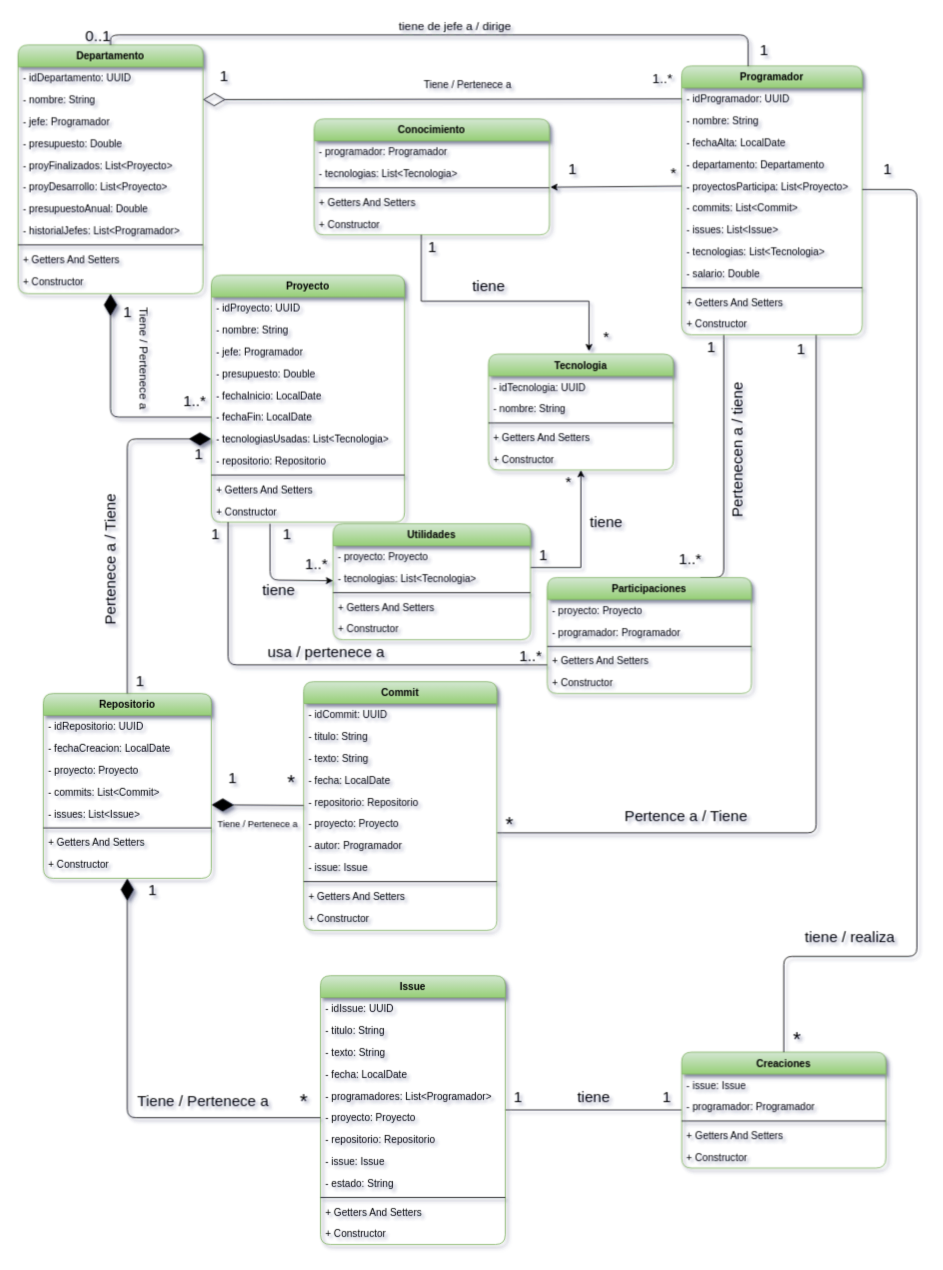
Above: diagram/DiagramaClases.drawio in DyLaNHurtado/AD-Practica03-AccessDataSL (draw.io), before the change. Source tidied: cells renumbered, new cells numbered last; positions are measured from the earlier drawing's top-left corner, leaving out a move shared by most shapes. Both pictures are drawn from the tidied source at 84%, with x=0, y=0 at pixel (18, 18).
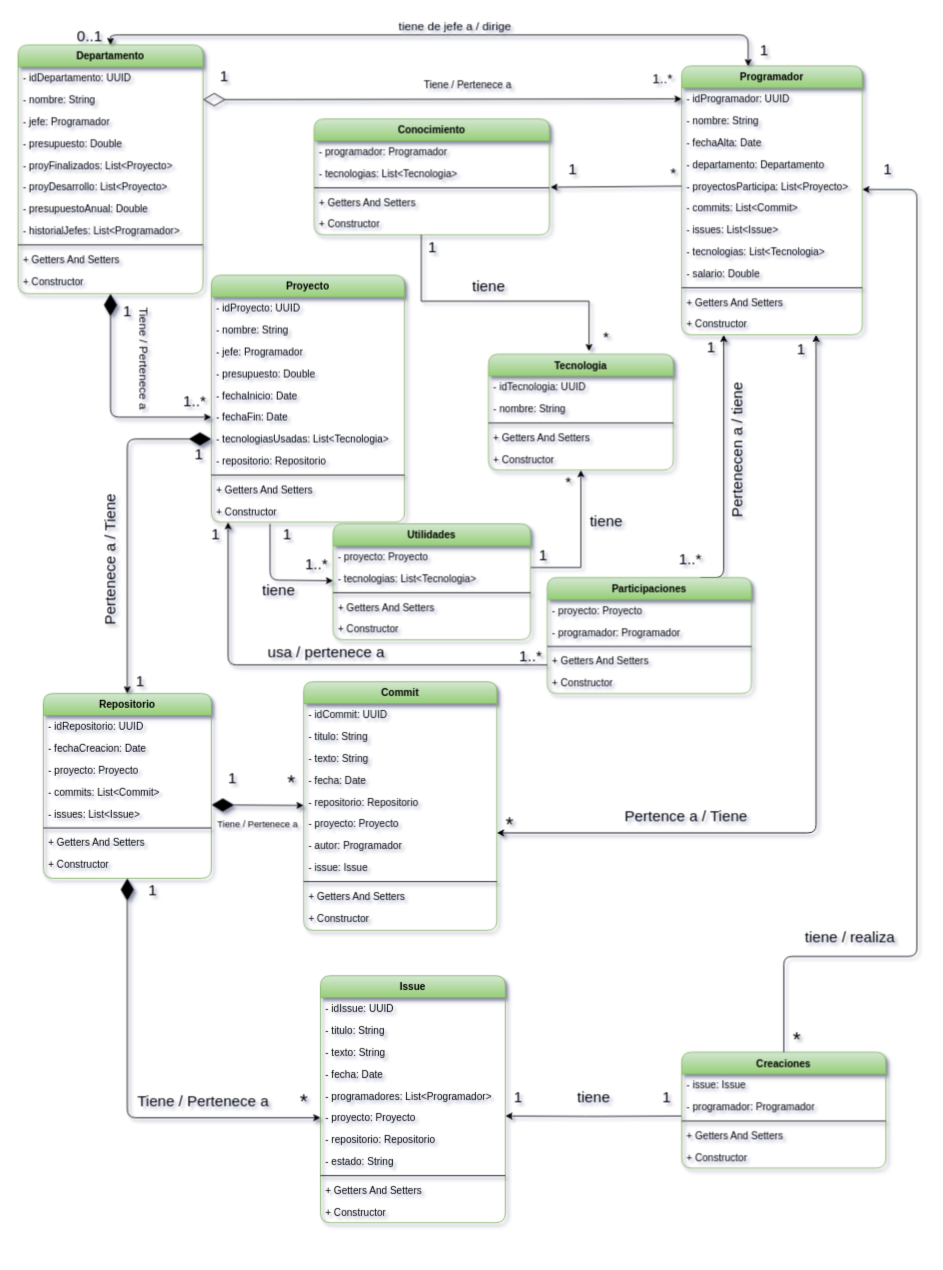
Above is the later version.

Unchanged cells that the change refers to:
```xml
<mxCell id="2" value="Departamento" style="swimlane;fontStyle=1;align=center;verticalAlign=top;horizontal=1;startSize=26;fillColor=#d5e8d4;strokeColor=#82b366;gradientColor=#97d077;rounded=1;shadow=1;" parent="1" vertex="1">
  <mxGeometry y="32" width="220" height="296" as="geometry" />
</mxCell>
<mxCell id="4" value="- nombre: String" style="text;strokeColor=none;fillColor=none;align=left;verticalAlign=top;spacingLeft=4;spacingRight=4;overflow=hidden;points=[[0,0.5],[1,0.5]];portConstraint=eastwest;rounded=1;shadow=1;" parent="2" vertex="1">
  <mxGeometry y="52" width="220" height="26" as="geometry" />
</mxCell>
<mxCell id="14" value="Proyecto" style="swimlane;fontStyle=1;align=center;verticalAlign=top;horizontal=1;startSize=26;fillColor=#d5e8d4;strokeColor=#82b366;gradientColor=#97d077;rounded=1;shadow=1;" parent="1" vertex="1">
  <mxGeometry x="230" y="306" width="230" height="294" as="geometry" />
</mxCell>
<mxCell id="21" value="- tecnologiasUsadas: List&lt;Tecnologia&gt;" style="text;strokeColor=none;fillColor=none;align=left;verticalAlign=top;spacingLeft=4;spacingRight=4;overflow=hidden;points=[[0,0.5],[1,0.5]];portConstraint=eastwest;rounded=1;shadow=1;" parent="14" vertex="1">
  <mxGeometry y="182" width="230" height="26" as="geometry" />
</mxCell>
<mxCell id="28" value="Programador" style="swimlane;fontStyle=1;align=center;verticalAlign=top;horizontal=1;startSize=26;fillColor=#d5e8d4;strokeColor=#82b366;gradientColor=#97d077;rounded=1;shadow=1;" parent="1" vertex="1">
  <mxGeometry x="790" y="57" width="215" height="320" as="geometry" />
</mxCell>
<mxCell id="29" value="- idProgramador: UUID" style="text;strokeColor=none;fillColor=none;align=left;verticalAlign=top;spacingLeft=4;spacingRight=4;overflow=hidden;points=[[0,0.5],[1,0.5]];portConstraint=eastwest;rounded=1;shadow=1;" parent="28" vertex="1">
  <mxGeometry y="26" width="215" height="26" as="geometry" />
</mxCell>
<mxCell id="41" value="Repositorio" style="swimlane;fontStyle=1;align=center;verticalAlign=top;horizontal=1;startSize=26;fillColor=#d5e8d4;strokeColor=#82b366;gradientColor=#97d077;rounded=1;shadow=1;" parent="1" vertex="1">
  <mxGeometry x="30" y="804" width="200" height="220" as="geometry" />
</mxCell>
<mxCell id="45" value="- commits: List&lt;Commit&gt;" style="text;strokeColor=none;fillColor=none;align=left;verticalAlign=top;spacingLeft=4;spacingRight=4;overflow=hidden;points=[[0,0.5],[1,0.5]];portConstraint=eastwest;rounded=1;shadow=1;" parent="41" vertex="1">
  <mxGeometry y="104" width="200" height="26" as="geometry" />
</mxCell>
<mxCell id="50" value="Commit" style="swimlane;fontStyle=1;align=center;verticalAlign=top;horizontal=1;startSize=26;fillColor=#d5e8d4;strokeColor=#82b366;gradientColor=#97d077;rounded=1;shadow=1;" parent="1" vertex="1">
  <mxGeometry x="340" y="790" width="230" height="296" as="geometry" />
</mxCell>
<mxCell id="69" value="- proyecto: Proyecto" style="text;strokeColor=none;fillColor=none;align=left;verticalAlign=top;spacingLeft=4;spacingRight=4;overflow=hidden;points=[[0,0.5],[1,0.5]];portConstraint=eastwest;rounded=1;shadow=1;" parent="63" vertex="1">
  <mxGeometry y="156" width="220" height="26" as="geometry" />
</mxCell>
<mxCell id="90" value="Participaciones" style="swimlane;fontStyle=1;align=center;verticalAlign=top;horizontal=1;startSize=26;fillColor=#d5e8d4;strokeColor=#82b366;gradientColor=#97d077;rounded=1;shadow=1;" parent="1" vertex="1">
  <mxGeometry x="630" y="666" width="243" height="138" as="geometry" />
</mxCell>
<mxCell id="122" value="Creaciones" style="swimlane;fontStyle=1;align=center;verticalAlign=top;horizontal=1;startSize=26;fillColor=#d5e8d4;strokeColor=#82b366;gradientColor=#97d077;rounded=1;shadow=1;" parent="1" vertex="1">
  <mxGeometry x="790" y="1231" width="243" height="138" as="geometry" />
</mxCell>
<mxCell id="124" value="- programador: Programador" style="text;strokeColor=none;fillColor=none;align=left;verticalAlign=top;spacingLeft=4;spacingRight=4;overflow=hidden;points=[[0,0.5],[1,0.5]];portConstraint=eastwest;rounded=1;shadow=1;" parent="122" vertex="1">
  <mxGeometry y="52" width="243" height="26" as="geometry" />
</mxCell>
```

The edit, as a diff of the source:
```diff
@@
-    <mxCell id="19" value="- fechaInicio: LocalDate" style="text;strokeColor=none;fillColor=none;align=left;verticalAlign=top;spacingLeft=4;spacingRight=4;overflow=hidden;rounded=1;shadow=1;" parent="14" vertex="1">
+    <mxCell id="19" value="- fechaInicio: Date" style="text;strokeColor=none;fillColor=none;align=left;verticalAlign=top;spacingLeft=4;spacingRight=4;overflow=hidden;rounded=1;shadow=1;" parent="14" vertex="1">
       <mxGeometry y="130" width="230" height="26" as="geometry" />
     </mxCell>
-    <mxCell id="20" value="- fechaFin: LocalDate" style="text;strokeColor=none;fillColor=none;align=left;verticalAlign=top;spacingLeft=4;spacingRight=4;overflow=hidden;points=[[0,0.5],[1,0.5]];portConstraint=eastwest;rounded=1;shadow=1;" parent="14" vertex="1">
+    <mxCell id="20" value="- fechaFin: Date" style="text;strokeColor=none;fillColor=none;align=left;verticalAlign=top;spacingLeft=4;spacingRight=4;overflow=hidden;points=[[0,0.5],[1,0.5]];portConstraint=eastwest;rounded=1;shadow=1;" parent="14" vertex="1">
       <mxGeometry y="156" width="230" height="26" as="geometry" />
     </mxCell>
@@
-    <mxCell id="26" style="edgeStyle=orthogonalEdgeStyle;jettySize=auto;html=1;endArrow=none;endFill=0;shadow=1;" parent="1" edge="1" source="28" target="50">
+    <mxCell id="26" style="edgeStyle=orthogonalEdgeStyle;jettySize=auto;html=1;endArrow=classic;endFill=1;shadow=1;startArrow=classic;startFill=1;" parent="1" edge="1" source="28" target="50">
       <mxGeometry relative="1" as="geometry">
         <Array as="points">
           <mxPoint x="950" y="970" />
         </Array>
       </mxGeometry>
     </mxCell>
-    <mxCell id="27" style="edgeStyle=orthogonalEdgeStyle;rounded=1;jettySize=auto;html=1;fontSize=18;endArrow=none;endFill=0;shadow=1;entryX=0.75;entryY=0;entryDx=0;entryDy=0;" parent="1" edge="1" source="28" target="90">
+    <mxCell id="27" style="edgeStyle=orthogonalEdgeStyle;rounded=1;jettySize=auto;html=1;fontSize=18;endArrow=none;endFill=0;shadow=1;entryX=0.75;entryY=0;entryDx=0;entryDy=0;startArrow=classic;startFill=1;" parent="1" edge="1" source="28" target="90">
       <mxGeometry relative="1" as="geometry">
         <Array as="points">
           <mxPoint x="840" y="666" />
         </Array>
       </mxGeometry>
     </mxCell>
@@
-    <mxCell id="31" value="- fechaAlta: LocalDate" style="text;strokeColor=none;fillColor=none;align=left;verticalAlign=top;spacingLeft=4;spacingRight=4;overflow=hidden;rounded=1;shadow=1;" parent="28" vertex="1">
+    <mxCell id="31" value="- fechaAlta: Date" style="text;strokeColor=none;fillColor=none;align=left;verticalAlign=top;spacingLeft=4;spacingRight=4;overflow=hidden;rounded=1;shadow=1;" parent="28" vertex="1">
       <mxGeometry y="78" width="215" height="26" as="geometry" />
     </mxCell>
@@
-    <mxCell id="43" value="- fechaCreacion: LocalDate" style="text;strokeColor=none;fillColor=none;align=left;verticalAlign=top;spacingLeft=4;spacingRight=4;overflow=hidden;rounded=1;shadow=1;" parent="41" vertex="1">
+    <mxCell id="43" value="- fechaCreacion: Date" style="text;strokeColor=none;fillColor=none;align=left;verticalAlign=top;spacingLeft=4;spacingRight=4;overflow=hidden;rounded=1;shadow=1;" parent="41" vertex="1">
       <mxGeometry y="52" width="200" height="26" as="geometry" />
     </mxCell>
@@
-    <mxCell id="54" value="- fecha: LocalDate" style="text;strokeColor=none;fillColor=none;align=left;verticalAlign=top;spacingLeft=4;spacingRight=4;overflow=hidden;rounded=1;shadow=1;" parent="50" vertex="1">
+    <mxCell id="54" value="- fecha: Date" style="text;strokeColor=none;fillColor=none;align=left;verticalAlign=top;spacingLeft=4;spacingRight=4;overflow=hidden;rounded=1;shadow=1;" parent="50" vertex="1">
       <mxGeometry y="104" width="230" height="26" as="geometry" />
     </mxCell>
@@
-    <mxCell id="62" style="edgeStyle=orthogonalEdgeStyle;rounded=1;jettySize=auto;html=1;fontSize=18;endArrow=none;endFill=0;" parent="1" edge="1" source="63" target="122">
-      <mxGeometry relative="1" as="geometry" />
+    <mxCell id="62" style="edgeStyle=orthogonalEdgeStyle;rounded=1;jettySize=auto;html=1;fontSize=18;endArrow=none;endFill=0;startArrow=classic;startFill=1;entryX=0;entryY=0.923;entryDx=0;entryDy=0;entryPerimeter=0;" parent="1" edge="1" target="124">
+      <mxGeometry relative="1" as="geometry">
+        <mxPoint x="580" y="1307" as="sourcePoint" />
+      </mxGeometry>
     </mxCell>
     <mxCell id="63" value="Issue" style="swimlane;fontStyle=1;align=center;verticalAlign=top;horizontal=1;startSize=26;fillColor=#d5e8d4;strokeColor=#82b366;gradientColor=#97d077;rounded=1;shadow=1;" parent="1" vertex="1">
-      <mxGeometry x="360" y="1140" width="220" height="320" as="geometry" />
+      <mxGeometry x="360" y="1140" width="220" height="294" as="geometry" />
     </mxCell>
@@
-    <mxCell id="67" value="- fecha: LocalDate" style="text;strokeColor=none;fillColor=none;align=left;verticalAlign=top;spacingLeft=4;spacingRight=4;overflow=hidden;rounded=1;shadow=1;" parent="63" vertex="1">
+    <mxCell id="67" value="- fecha: Date" style="text;strokeColor=none;fillColor=none;align=left;verticalAlign=top;spacingLeft=4;spacingRight=4;overflow=hidden;rounded=1;shadow=1;" parent="63" vertex="1">
       <mxGeometry y="104" width="220" height="26" as="geometry" />
     </mxCell>
@@
-    <mxCell id="71" value="- issue: Issue" style="text;strokeColor=none;fillColor=none;align=left;verticalAlign=top;spacingLeft=4;spacingRight=4;overflow=hidden;rounded=1;shadow=1;" parent="63" vertex="1">
-      <mxGeometry y="208" width="220" height="26" as="geometry" />
-    </mxCell>
     <mxCell id="72" value="- estado: String" style="text;strokeColor=none;fillColor=none;align=left;verticalAlign=top;spacingLeft=4;spacingRight=4;overflow=hidden;rounded=1;shadow=1;" parent="63" vertex="1">
-      <mxGeometry y="234" width="220" height="26" as="geometry" />
+      <mxGeometry y="208" width="220" height="26" as="geometry" />
     </mxCell>
     <mxCell id="73" style="line;strokeWidth=1;fillColor=none;align=left;verticalAlign=middle;spacingTop=-1;spacingLeft=3;spacingRight=3;labelPosition=right;rounded=1;shadow=1;" parent="63" vertex="1">
-      <mxGeometry y="260" width="220" height="8" as="geometry" />
+      <mxGeometry y="234" width="220" height="8" as="geometry" />
     </mxCell>
     <mxCell id="74" value="+ Getters And Setters" style="text;strokeColor=none;fillColor=none;align=left;verticalAlign=top;spacingLeft=4;spacingRight=4;overflow=hidden;rounded=1;shadow=1;" parent="63" vertex="1">
-      <mxGeometry y="268" width="220" height="26" as="geometry" />
+      <mxGeometry y="242" width="220" height="26" as="geometry" />
     </mxCell>
     <mxCell id="75" value="+ Constructor " style="text;strokeColor=none;fillColor=none;align=left;verticalAlign=top;spacingLeft=4;spacingRight=4;overflow=hidden;rounded=1;shadow=1;" parent="63" vertex="1">
-      <mxGeometry y="294" width="220" height="26" as="geometry" />
+      <mxGeometry y="268" width="220" height="26" as="geometry" />
     </mxCell>
@@
-    <mxCell id="96" style="edgeStyle=orthogonalEdgeStyle;rounded=1;jettySize=auto;html=1;fontSize=18;endArrow=none;endFill=0;shadow=1;" parent="1" edge="1" source="14" target="90">
+    <mxCell id="96" style="edgeStyle=orthogonalEdgeStyle;rounded=1;jettySize=auto;html=1;fontSize=18;endArrow=none;endFill=0;shadow=1;startArrow=classic;startFill=1;" parent="1" edge="1" source="14" target="90">
       <mxGeometry relative="1" as="geometry">
         <Array as="points">
           <mxPoint x="250" y="770" />
         </Array>
       </mxGeometry>
     </mxCell>
@@
-    <mxCell id="103" style="edgeStyle=orthogonalEdgeStyle;rounded=1;jettySize=auto;html=1;fontSize=24;endArrow=none;endFill=0;shadow=1;exitX=0.368;exitY=0.001;exitDx=0;exitDy=0;exitPerimeter=0;" parent="1" edge="1" source="28" target="2">
+    <mxCell id="103" style="edgeStyle=orthogonalEdgeStyle;rounded=1;jettySize=auto;html=1;fontSize=24;endArrow=classic;endFill=1;shadow=1;exitX=0.368;exitY=0.001;exitDx=0;exitDy=0;exitPerimeter=0;startArrow=classic;startFill=1;" parent="1" edge="1" source="28" target="2">
       <mxGeometry relative="1" as="geometry">
         <Array as="points">
           <mxPoint x="869" y="20" />
           <mxPoint x="110" y="20" />
         </Array>
       </mxGeometry>
     </mxCell>
     <mxCell id="104" value="&lt;font style=&quot;font-size: 18px&quot;&gt;0..1&lt;/font&gt;" style="text;html=1;align=center;verticalAlign=middle;strokeColor=none;fillColor=none;shadow=1;" parent="1" vertex="1">
-      <mxGeometry x="70" y="12" width="50" height="20" as="geometry" />
+      <mxGeometry x="60" y="12" width="50" height="20" as="geometry" />
     </mxCell>
-    <mxCell id="105" style="endArrow=diamondThin;endFill=1;endSize=24;html=1;rounded=1;fontSize=18;entryX=0.5;entryY=1;entryDx=0;entryDy=0;exitX=0;exitY=0.5;exitDx=0;exitDy=0;sketch=0;shadow=1;jumpSize=6;labelBorderColor=none;" parent="1" edge="1" source="69" target="41">
+    <mxCell id="105" style="endArrow=diamondThin;endFill=1;endSize=24;html=1;rounded=1;fontSize=18;entryX=0.5;entryY=1;entryDx=0;entryDy=0;exitX=0;exitY=0.5;exitDx=0;exitDy=0;sketch=0;shadow=1;jumpSize=6;labelBorderColor=none;startArrow=classic;startFill=1;" parent="1" edge="1" source="69" target="41">
       <mxGeometry relative="1" as="geometry">
         <Array as="points">
           <mxPoint x="130" y="1309" />
         </Array>
       </mxGeometry>
     </mxCell>
@@
-    <mxCell id="107" style="endArrow=diamondThin;endFill=1;endSize=24;html=1;rounded=0;fontSize=18;sketch=0;shadow=1;jumpSize=6;labelBorderColor=none;entryX=1.001;entryY=1.101;entryDx=0;entryDy=0;entryPerimeter=0;" parent="1" edge="1" source="50" target="45">
+    <mxCell id="107" style="endArrow=diamondThin;endFill=1;endSize=24;html=1;rounded=0;fontSize=18;sketch=0;shadow=1;jumpSize=6;labelBorderColor=none;entryX=1.001;entryY=1.101;entryDx=0;entryDy=0;entryPerimeter=0;startArrow=classic;startFill=1;" parent="1" edge="1" source="50" target="45">
       <mxGeometry relative="1" as="geometry" />
     </mxCell>
@@
-    <mxCell id="110" style="endArrow=diamondThin;endFill=0;endSize=24;html=1;rounded=1;shadow=1;labelBorderColor=none;sketch=0;fontSize=11;jumpSize=6;entryX=1;entryY=0.5;entryDx=0;entryDy=0;" parent="1" edge="1" source="29" target="4">
+    <mxCell id="110" style="endArrow=diamondThin;endFill=0;endSize=24;html=1;rounded=1;shadow=1;labelBorderColor=none;sketch=0;fontSize=11;jumpSize=6;entryX=1;entryY=0.5;entryDx=0;entryDy=0;startArrow=classic;startFill=1;" parent="1" edge="1" source="29" target="4">
       <mxGeometry relative="1" as="geometry" />
     </mxCell>
-    <mxCell id="111" style="endArrow=diamondThin;endFill=1;endSize=24;html=1;rounded=1;fontSize=18;sketch=0;shadow=1;jumpSize=6;labelBorderColor=none;exitX=0.5;exitY=0;exitDx=0;exitDy=0;entryX=0;entryY=0.5;entryDx=0;entryDy=0;" parent="1" edge="1" source="41" target="21">
+    <mxCell id="111" style="endArrow=diamondThin;endFill=1;endSize=24;html=1;rounded=1;fontSize=18;sketch=0;shadow=1;jumpSize=6;labelBorderColor=none;exitX=0.5;exitY=0;exitDx=0;exitDy=0;entryX=0;entryY=0.5;entryDx=0;entryDy=0;startArrow=classic;startFill=1;" parent="1" edge="1" source="41" target="21">
       <mxGeometry relative="1" as="geometry">
         <Array as="points">
           <mxPoint x="130" y="501" />
         </Array>
       </mxGeometry>
     </mxCell>
-    <mxCell id="112" style="endArrow=diamondThin;endFill=1;endSize=24;html=1;rounded=1;fontSize=18;sketch=0;shadow=1;jumpSize=6;labelBorderColor=none;exitX=0;exitY=0.5;exitDx=0;exitDy=0;" parent="1" edge="1" source="20" target="2">
+    <mxCell id="112" style="endArrow=diamondThin;endFill=1;endSize=24;html=1;rounded=1;fontSize=18;sketch=0;shadow=1;jumpSize=6;labelBorderColor=none;exitX=0;exitY=0.5;exitDx=0;exitDy=0;startArrow=classic;startFill=1;" parent="1" edge="1" source="20" target="2">
       <mxGeometry relative="1" as="geometry">
         <Array as="points">
           <mxPoint x="110" y="475" />
         </Array>
       </mxGeometry>
     </mxCell>
@@
-    <mxCell id="128" style="edgeStyle=orthogonalEdgeStyle;rounded=1;jettySize=auto;html=1;fontSize=18;endArrow=none;endFill=0;" parent="1" edge="1" source="28" target="122">
+    <mxCell id="128" style="edgeStyle=orthogonalEdgeStyle;rounded=1;jettySize=auto;html=1;fontSize=18;endArrow=none;endFill=0;startArrow=classic;startFill=1;" parent="1" edge="1" source="28" target="122">
       <mxGeometry relative="1" as="geometry">
         <Array as="points">
           <mxPoint x="1070" y="204" />
           <mxPoint x="1070" y="1117" />
         </Array>
       </mxGeometry>
     </mxCell>
```
